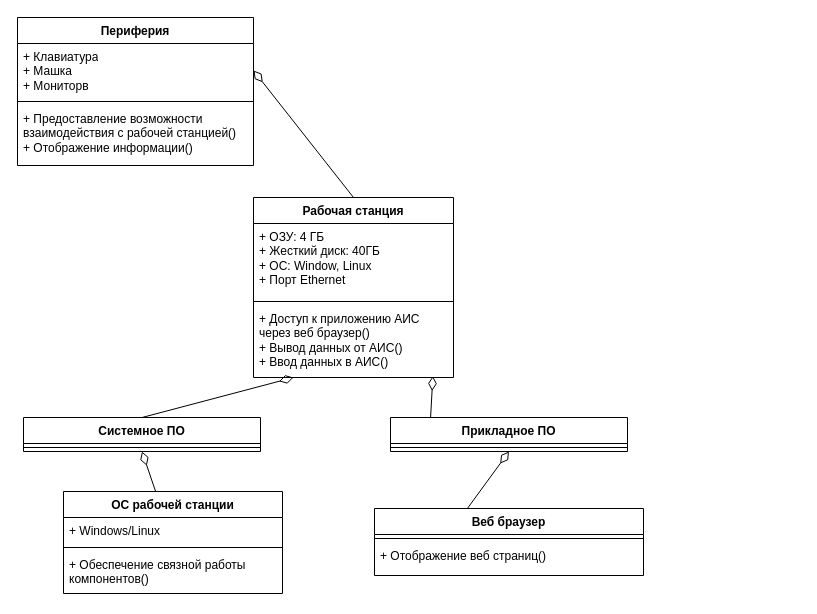
Above: Определение модели НООП "Рабочая станция".drawio in hiff0/db-city-council (draw.io), before the change. Source tidied: cells renumbered, new cells numbered last; positions are measured from the earlier drawing's top-left corner, leaving out a move shared by most shapes. Both pictures are drawn from the tidied source at 100%, with x=0, y=0 at pixel (17, 17).
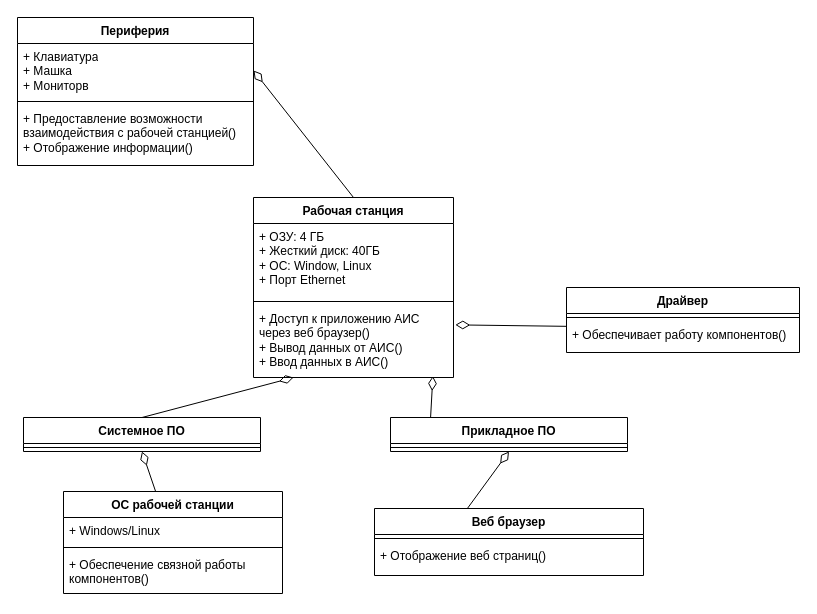
The same page after the edit.

Unchanged cells that the change refers to:
```xml
<mxCell id="15" value="+ Доступ к приложению АИС через веб браузер()&lt;div&gt;+ Вывод данных от АИС()&lt;/div&gt;&lt;div&gt;+ Ввод данных в АИС()&lt;/div&gt;" style="text;strokeColor=none;fillColor=none;align=left;verticalAlign=top;spacingLeft=4;spacingRight=4;overflow=hidden;points=[[0,0.5],[1,0.5]];portConstraint=eastwest;whiteSpace=wrap;html=1;" parent="12" vertex="1">
  <mxGeometry y="108" width="200" height="72" as="geometry" />
</mxCell>
```

What changed in the source:
```diff
@@
+    <mxCell id="26" value="Драйвер" style="swimlane;fontStyle=1;align=center;verticalAlign=top;horizontal=1;startSize=26;whiteSpace=wrap;html=1;" parent="1" vertex="1">
+      <mxGeometry x="549" y="270" width="233" height="65" as="geometry" />
+    </mxCell>
+    <mxCell id="27" style="line;strokeWidth=1;fillColor=none;align=left;verticalAlign=middle;spacingTop=-1;spacingLeft=3;spacingRight=3;labelPosition=right;strokeColor=inherit;" parent="26" vertex="1">
+      <mxGeometry y="26" width="233" height="8" as="geometry" />
+    </mxCell>
+    <mxCell id="28" value="+ Обеспечивает работу компонентов()" style="text;strokeColor=none;fillColor=none;align=left;verticalAlign=top;spacingLeft=4;spacingRight=4;overflow=hidden;points=[[0,0.5],[1,0.5]];portConstraint=eastwest;whiteSpace=wrap;html=1;" parent="26" vertex="1">
+      <mxGeometry y="34" width="233" height="31" as="geometry" />
+    </mxCell>
+    <mxCell id="29" style="endArrow=diamondThin;endFill=0;endSize=12;html=1;rounded=0;exitX=0.001;exitY=0.156;exitDx=0;exitDy=0;exitPerimeter=0;entryX=1.009;entryY=0.269;entryDx=0;entryDy=0;entryPerimeter=0;" parent="1" edge="1" source="28" target="15">
+      <mxGeometry relative="1" as="geometry" />
+    </mxCell>
```
